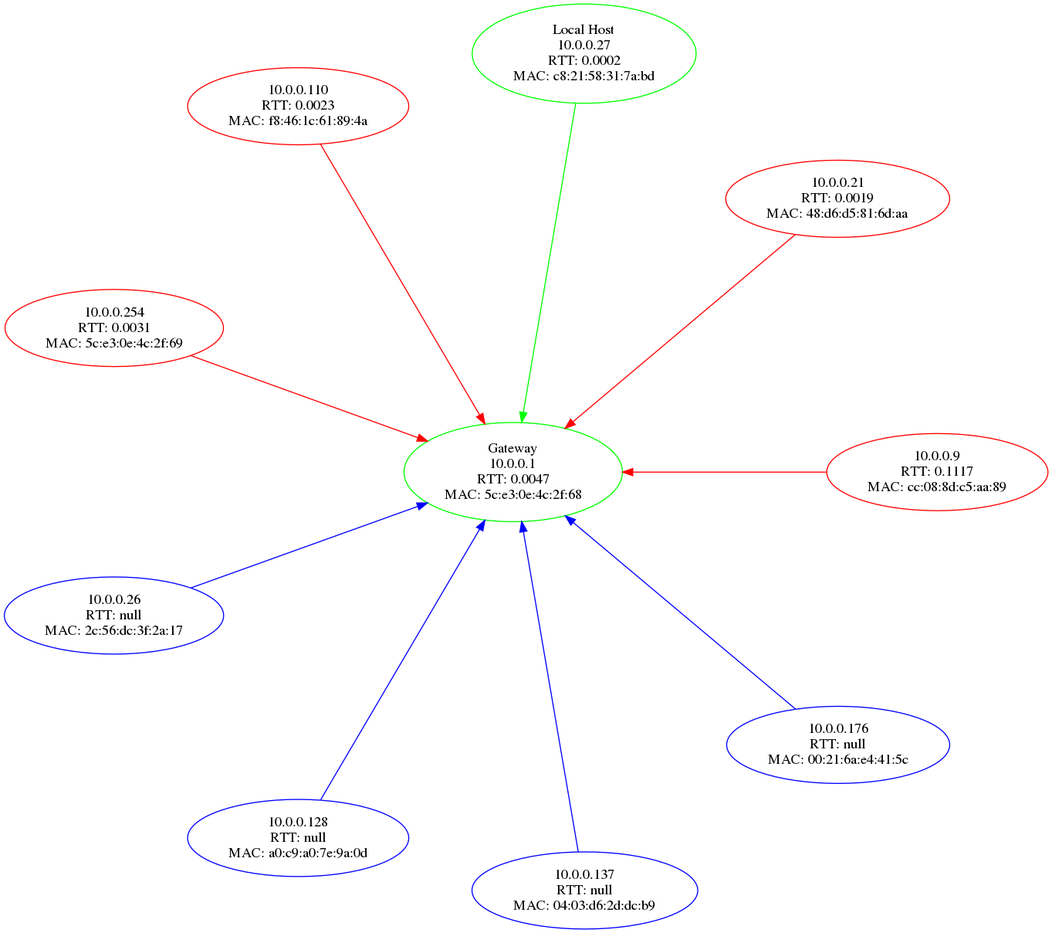
Before: graphviz/LANvis.gv.png, a diagram exported from Graphviz (rozelie/myNet). Its source is kept beside it as graphviz/LANvis.gv. Its diagram source:
```dot
digraph {
	node [color=green]
	"10.0.0.1" [label="Gateway
10.0.0.1
RTT: 0.0047
MAC: 5c:e3:0e:4c:2f:68"]
	node [color=red]
	edge [color=red]
	"10.0.0.9" [label="10.0.0.9
RTT: 0.1117
MAC: cc:08:8d:c5:aa:89"]
	"10.0.0.9" -> "10.0.0.1"
	node [color=red]
	edge [color=red]
	"10.0.0.21" [label="10.0.0.21
RTT: 0.0019
MAC: 48:d6:d5:81:6d:aa"]
	"10.0.0.21" -> "10.0.0.1"
	node [color=red]
	edge [color=red]
	node [color=green]
	edge [color=green]
	"10.0.0.27" [label="Local Host
10.0.0.27
RTT: 0.0002
MAC: c8:21:58:31:7a:bd"]
	"10.0.0.27" -> "10.0.0.1"
	node [color=red]
	edge [color=red]
	"10.0.0.110" [label="10.0.0.110
RTT: 0.0023
MAC: f8:46:1c:61:89:4a"]
	"10.0.0.110" -> "10.0.0.1"
	node [color=red]
	edge [color=red]
	"10.0.0.254" [label="10.0.0.254
RTT: 0.0031
MAC: 5c:e3:0e:4c:2f:69"]
	"10.0.0.254" -> "10.0.0.1"
	node [color=blue]
	edge [color=blue]
	"10.0.0.26" [label="10.0.0.26
RTT: null
MAC: 2c:56:dc:3f:2a:17"]
	"10.0.0.26" -> "10.0.0.1"
	node [color=blue]
	edge [color=blue]
	"10.0.0.128" [label="10.0.0.128
RTT: null
MAC: a0:c9:a0:7e:9a:0d"]
	"10.0.0.128" -> "10.0.0.1"
	node [color=blue]
	edge [color=blue]
	"10.0.0.137" [label="10.0.0.137
RTT: null
MAC: 04:03:d6:2d:dc:b9"]
	"10.0.0.137" -> "10.0.0.1"
	node [color=blue]
	edge [color=blue]
	"10.0.0.176" [label="10.0.0.176
RTT: null
MAC: 00:21:6a:e4:41:5c"]
	"10.0.0.176" -> "10.0.0.1"
}
```
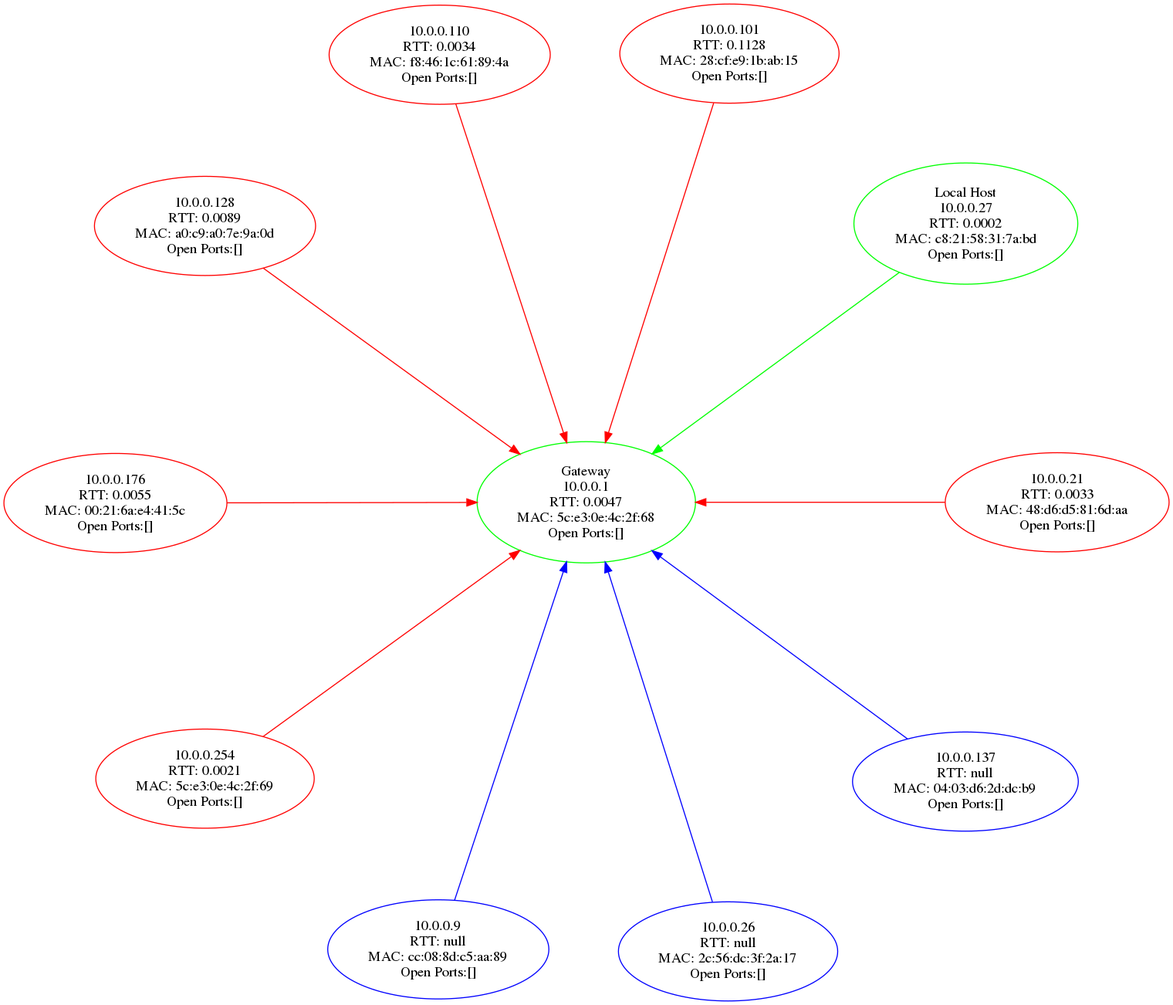
After the change.

The edit, as a diff of the source:
```diff
@@ -3,18 +3,14 @@
 	"10.0.0.1" [label="Gateway
 10.0.0.1
 RTT: 0.0047
-MAC: 5c:e3:0e:4c:2f:68"]
-	node [color=red]
-	edge [color=red]
-	"10.0.0.9" [label="10.0.0.9
-RTT: 0.1117
-MAC: cc:08:8d:c5:aa:89"]
-	"10.0.0.9" -> "10.0.0.1"
+MAC: 5c:e3:0e:4c:2f:68
+Open Ports:[]"]
 	node [color=red]
 	edge [color=red]
 	"10.0.0.21" [label="10.0.0.21
-RTT: 0.0019
-MAC: 48:d6:d5:81:6d:aa"]
+RTT: 0.0033
+MAC: 48:d6:d5:81:6d:aa
+Open Ports:[]"]
 	"10.0.0.21" -> "10.0.0.1"
 	node [color=red]
 	edge [color=red]
@@ -23,42 +19,63 @@
 	"10.0.0.27" [label="Local Host
 10.0.0.27
 RTT: 0.0002
-MAC: c8:21:58:31:7a:bd"]
+MAC: c8:21:58:31:7a:bd
+Open Ports:[]"]
 	"10.0.0.27" -> "10.0.0.1"
 	node [color=red]
 	edge [color=red]
+	"10.0.0.101" [label="10.0.0.101
+RTT: 0.1128
+MAC: 28:cf:e9:1b:ab:15
+Open Ports:[]"]
+	"10.0.0.101" -> "10.0.0.1"
+	node [color=red]
+	edge [color=red]
 	"10.0.0.110" [label="10.0.0.110
-RTT: 0.0023
-MAC: f8:46:1c:61:89:4a"]
+RTT: 0.0034
+MAC: f8:46:1c:61:89:4a
+Open Ports:[]"]
 	"10.0.0.110" -> "10.0.0.1"
 	node [color=red]
 	edge [color=red]
+	"10.0.0.128" [label="10.0.0.128
+RTT: 0.0089
+MAC: a0:c9:a0:7e:9a:0d
+Open Ports:[]"]
+	"10.0.0.128" -> "10.0.0.1"
+	node [color=red]
+	edge [color=red]
+	"10.0.0.176" [label="10.0.0.176
+RTT: 0.0055
+MAC: 00:21:6a:e4:41:5c
+Open Ports:[]"]
+	"10.0.0.176" -> "10.0.0.1"
+	node [color=red]
+	edge [color=red]
 	"10.0.0.254" [label="10.0.0.254
-RTT: 0.0031
-MAC: 5c:e3:0e:4c:2f:69"]
+RTT: 0.0021
+MAC: 5c:e3:0e:4c:2f:69
+Open Ports:[]"]
 	"10.0.0.254" -> "10.0.0.1"
+	node [color=blue]
+	edge [color=blue]
+	"10.0.0.9" [label="10.0.0.9
+RTT: null
+MAC: cc:08:8d:c5:aa:89
+Open Ports:[]"]
+	"10.0.0.9" -> "10.0.0.1"
 	node [color=blue]
 	edge [color=blue]
 	"10.0.0.26" [label="10.0.0.26
 RTT: null
-MAC: 2c:56:dc:3f:2a:17"]
+MAC: 2c:56:dc:3f:2a:17
+Open Ports:[]"]
 	"10.0.0.26" -> "10.0.0.1"
-	node [color=blue]
-	edge [color=blue]
-	"10.0.0.128" [label="10.0.0.128
-RTT: null
-MAC: a0:c9:a0:7e:9a:0d"]
-	"10.0.0.128" -> "10.0.0.1"
 	node [color=blue]
 	edge [color=blue]
 	"10.0.0.137" [label="10.0.0.137
 RTT: null
-MAC: 04:03:d6:2d:dc:b9"]
+MAC: 04:03:d6:2d:dc:b9
+Open Ports:[]"]
 	"10.0.0.137" -> "10.0.0.1"
-	node [color=blue]
-	edge [color=blue]
-	"10.0.0.176" [label="10.0.0.176
-RTT: null
-MAC: 00:21:6a:e4:41:5c"]
-	"10.0.0.176" -> "10.0.0.1"
 }
```
